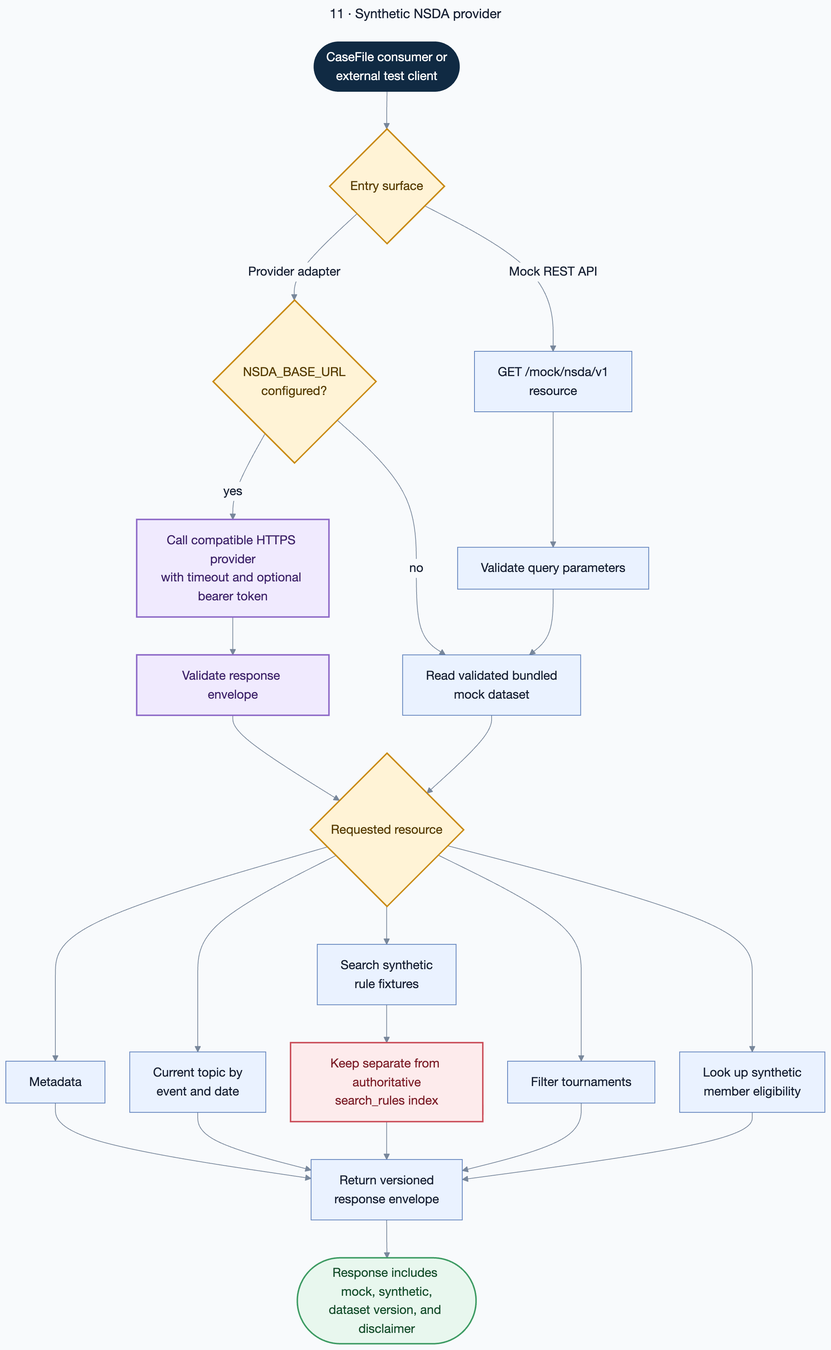
Before: docs/workflow-diagrams/png/11-synthetic-nsda-provider.png, a diagram exported from Mermaid (kevinxuez/ai-accelerate). Its source is kept beside it as docs/workflow-diagrams/src/11-synthetic-nsda-provider.mmd.
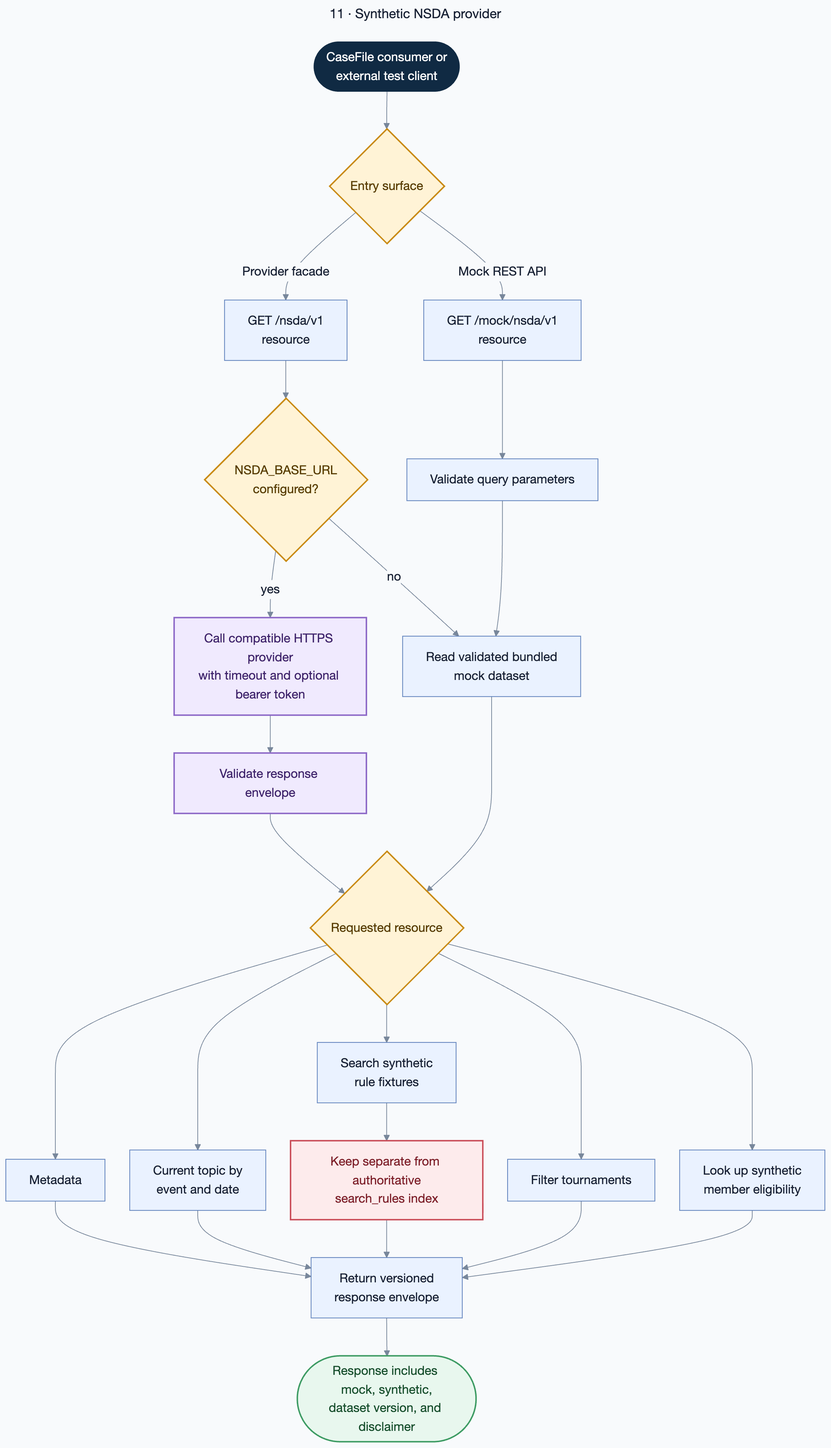
Above is the later version.

What changed in the source:
```diff
@@ -4,7 +4,8 @@
 flowchart TD
     A(["CaseFile consumer or<br/>external test client"]) --> B{"Entry surface"}
     B -- Mock REST API --> C["GET /mock/nsda/v1<br/>resource"]
-    B -- Provider adapter --> D{"NSDA_BASE_URL<br/>configured?"}
+    B -- Provider facade --> R["GET /nsda/v1<br/>resource"]
+    R --> D{"NSDA_BASE_URL<br/>configured?"}
     D -- no --> E["Read validated bundled<br/>mock dataset"]
     D -- yes --> F["Call compatible HTTPS provider<br/>with timeout and optional bearer token"]
     C --> G["Validate query parameters"]
```
